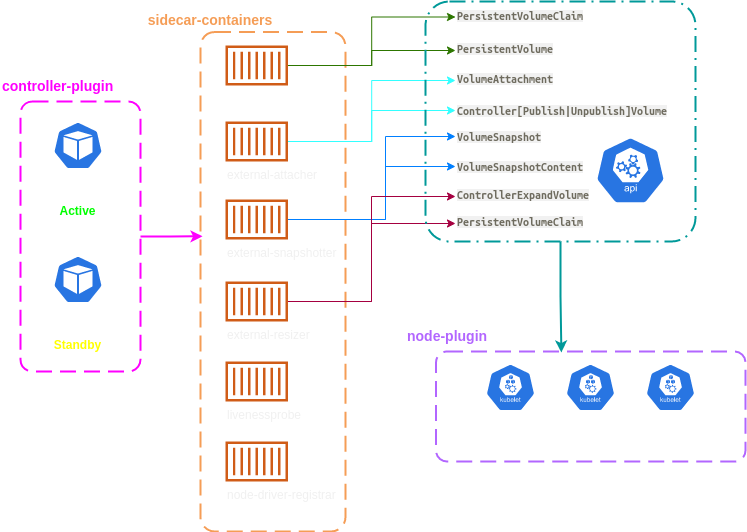
Before: efs-csi/img/csi-flow.png, a diagram exported from draw.io (vumdao/aws-eks-the-hard-way). Source tidied: cells renumbered, new cells last; positions are measured from the earlier drawing's top-left corner, leaving out a move shared by most shapes.
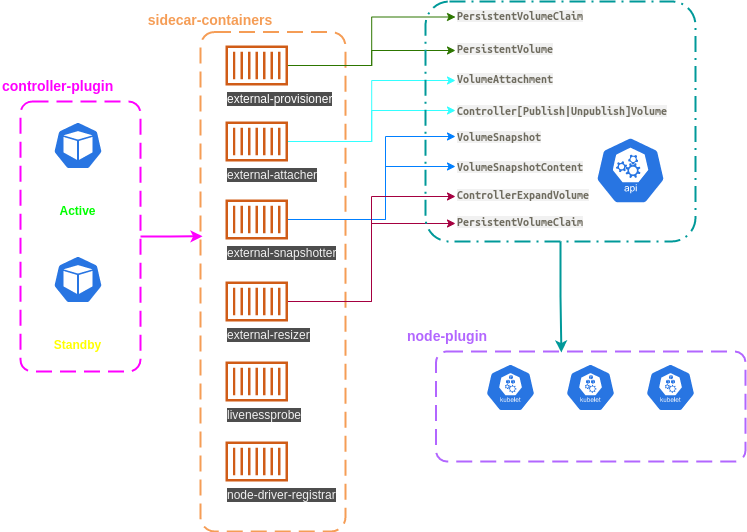
The same file after the commit.

Diff of the diagram source:
```diff
@@ -32,7 +32,7 @@
     <mxCell id="11" style="edgeStyle=orthogonalEdgeStyle;rounded=0;jettySize=auto;html=1;fontSize=12;fillColor=#60a917;strokeColor=#2D7600;" parent="1" edge="1" source="12" target="9">
       <mxGeometry relative="1" as="geometry" />
     </mxCell>
-    <mxCell id="12" value="&lt;font color=&quot;#ffffff&quot;&gt;external-provisioner&lt;/font&gt;" style="outlineConnect=0;fontColor=#232F3E;gradientColor=none;fillColor=#D05C17;strokeColor=none;dashed=0;verticalLabelPosition=bottom;verticalAlign=top;align=left;html=1;fontSize=12;fontStyle=0;shape=mxgraph.aws4.container_1;" parent="1" vertex="1">
+    <mxCell id="12" value="&lt;font color=&quot;#ffffff&quot;&gt;external-provisioner&lt;/font&gt;" style="outlineConnect=0;fontColor=#232F3E;gradientColor=none;fillColor=#D05C17;strokeColor=none;dashed=0;verticalLabelPosition=bottom;verticalAlign=top;align=left;html=1;fontSize=12;fontStyle=0;shape=mxgraph.aws4.container_1;labelBackgroundColor=#4D4D4D;" parent="1" vertex="1">
       <mxGeometry x="225" y="44" width="62.4" height="40" as="geometry" />
     </mxCell>
     <mxCell id="13" style="edgeStyle=orthogonalEdgeStyle;rounded=0;jettySize=auto;html=1;entryX=0;entryY=0.5;entryDx=0;entryDy=0;fontSize=12;fontColor=#FF3333;fillColor=#1ba1e2;strokeColor=#33FFFF;" parent="1" edge="1" source="15" target="16">
@@ -41,7 +41,7 @@
     <mxCell id="14" style="edgeStyle=orthogonalEdgeStyle;rounded=0;jettySize=auto;html=1;entryX=0;entryY=0.5;entryDx=0;entryDy=0;fontSize=12;fontColor=#FF3333;fillColor=#1ba1e2;strokeColor=#33FFFF;" parent="1" edge="1" source="15" target="17">
       <mxGeometry relative="1" as="geometry" />
     </mxCell>
-    <mxCell id="15" value="&lt;span style=&quot;color: rgb(240, 240, 240);&quot;&gt;external-attacher&lt;/span&gt;" style="outlineConnect=0;fontColor=#232F3E;gradientColor=none;fillColor=#D05C17;strokeColor=none;dashed=0;verticalLabelPosition=bottom;verticalAlign=top;align=left;html=1;fontSize=12;fontStyle=0;shape=mxgraph.aws4.container_1;" parent="1" vertex="1">
+    <mxCell id="15" value="&lt;span style=&quot;color: rgb(240, 240, 240);&quot;&gt;external-attacher&lt;/span&gt;" style="outlineConnect=0;fontColor=#232F3E;gradientColor=none;fillColor=#D05C17;strokeColor=none;dashed=0;verticalLabelPosition=bottom;verticalAlign=top;align=left;html=1;fontSize=12;fontStyle=0;shape=mxgraph.aws4.container_1;labelBackgroundColor=#4D4D4D;" parent="1" vertex="1">
       <mxGeometry x="225" y="120" width="62.4" height="40" as="geometry" />
     </mxCell>
     <mxCell id="16" value="&lt;meta charset=&quot;utf-8&quot; style=&quot;font-size: 12px;&quot;&gt;&lt;span style=&quot;color: rgb(110, 107, 94); font-family: &amp;quot;source code pro&amp;quot;, consolas, &amp;quot;ubuntu mono&amp;quot;, menlo, &amp;quot;dejavu sans mono&amp;quot;, monospace, monospace; font-size: 12px; font-style: normal; letter-spacing: normal; text-indent: 0px; text-transform: none; word-spacing: 0px; background-color: rgb(241, 241, 241); display: inline; float: none;&quot;&gt;VolumeAttachment&lt;/span&gt;" style="text;whiteSpace=wrap;html=1;fontSize=12;fontStyle=1;align=left;" parent="1" vertex="1">
@@ -66,7 +66,7 @@
         </Array>
       </mxGeometry>
     </mxCell>
-    <mxCell id="20" value="&lt;span style=&quot;color: rgb(240, 240, 240);&quot;&gt;external-snapshotter&lt;/span&gt;" style="outlineConnect=0;fontColor=#232F3E;gradientColor=none;fillColor=#D05C17;strokeColor=none;dashed=0;verticalLabelPosition=bottom;verticalAlign=top;align=left;html=1;fontSize=12;fontStyle=0;shape=mxgraph.aws4.container_1;" parent="1" vertex="1">
+    <mxCell id="20" value="&lt;span style=&quot;color: rgb(240, 240, 240);&quot;&gt;external-snapshotter&lt;/span&gt;" style="outlineConnect=0;fontColor=#232F3E;gradientColor=none;fillColor=#D05C17;strokeColor=none;dashed=0;verticalLabelPosition=bottom;verticalAlign=top;align=left;html=1;fontSize=12;fontStyle=0;shape=mxgraph.aws4.container_1;labelBackgroundColor=#4D4D4D;" parent="1" vertex="1">
       <mxGeometry x="225" y="198" width="62.4" height="40" as="geometry" />
     </mxCell>
     <mxCell id="21" value="&lt;span style=&quot;color: rgb(110 , 107 , 94) ; font-family: &amp;quot;source code pro&amp;quot; , &amp;quot;consolas&amp;quot; , &amp;quot;ubuntu mono&amp;quot; , &amp;quot;menlo&amp;quot; , &amp;quot;dejavu sans mono&amp;quot; , monospace , monospace ; font-style: normal ; letter-spacing: normal ; text-indent: 0px ; text-transform: none ; word-spacing: 0px ; background-color: rgb(241 , 241 , 241) ; display: inline ; float: none&quot;&gt;&lt;font style=&quot;font-size: 12px&quot;&gt;VolumeSnapshot&lt;/font&gt;&lt;/span&gt;" style="text;whiteSpace=wrap;html=1;fontSize=12;fontStyle=1;align=left;verticalAlign=middle;" parent="1" vertex="1">
@@ -124,16 +124,16 @@
     <mxCell id="35" style="rounded=1;arcSize=10;dashed=1;fillColor=none;gradientColor=none;dashPattern=8 4;strokeWidth=2;fontSize=12;fontColor=#FF3333;align=left;verticalAlign=middle;strokeColor=#B266FF;" parent="1" vertex="1">
       <mxGeometry x="435.5" y="350" width="309.5" height="110" as="geometry" />
     </mxCell>
-    <mxCell id="36" value="&lt;span style=&quot;color: rgb(240, 240, 240);&quot;&gt;external-resizer&lt;/span&gt;" style="outlineConnect=0;fontColor=#232F3E;gradientColor=none;fillColor=#D05C17;strokeColor=none;dashed=0;verticalLabelPosition=bottom;verticalAlign=top;align=left;html=1;fontSize=12;fontStyle=0;shape=mxgraph.aws4.container_1;" parent="1" vertex="1">
+    <mxCell id="36" value="&lt;span style=&quot;color: rgb(240, 240, 240);&quot;&gt;external-resizer&lt;/span&gt;" style="outlineConnect=0;fontColor=#232F3E;gradientColor=none;fillColor=#D05C17;strokeColor=none;dashed=0;verticalLabelPosition=bottom;verticalAlign=top;align=left;html=1;fontSize=12;fontStyle=0;shape=mxgraph.aws4.container_1;labelBackgroundColor=#4D4D4D;" parent="1" vertex="1">
       <mxGeometry x="225" y="280" width="62.4" height="40" as="geometry" />
     </mxCell>
-    <mxCell id="37" value="&lt;font color=&quot;#f0f0f0&quot;&gt;livenessprobe&lt;/font&gt;" style="fontColor=#232F3E;gradientColor=none;fillColor=#D05C17;strokeColor=none;dashed=0;verticalLabelPosition=bottom;verticalAlign=top;align=left;html=1;fontSize=12;fontStyle=0;shape=mxgraph.aws4.container_1;" parent="1" vertex="1">
+    <mxCell id="37" value="&lt;font color=&quot;#f0f0f0&quot;&gt;livenessprobe&lt;/font&gt;" style="fontColor=#232F3E;gradientColor=none;fillColor=#D05C17;strokeColor=none;dashed=0;verticalLabelPosition=bottom;verticalAlign=top;align=left;html=1;fontSize=12;fontStyle=0;shape=mxgraph.aws4.container_1;labelBackgroundColor=#4D4D4D;" parent="1" vertex="1">
       <mxGeometry x="225" y="360" width="62.4" height="40" as="geometry" />
     </mxCell>
-    <mxCell id="38" value="&lt;font color=&quot;#f0f0f0&quot;&gt;node-driver-registrar&lt;/font&gt;" style="fontColor=#232F3E;gradientColor=none;fillColor=#D05C17;strokeColor=none;dashed=0;verticalLabelPosition=bottom;verticalAlign=top;align=left;html=1;fontSize=12;fontStyle=0;shape=mxgraph.aws4.container_1;" parent="1" vertex="1">
+    <mxCell id="38" value="&lt;font color=&quot;#f0f0f0&quot;&gt;node-driver-registrar&lt;/font&gt;" style="fontColor=#232F3E;gradientColor=none;fillColor=#D05C17;strokeColor=none;dashed=0;verticalLabelPosition=bottom;verticalAlign=top;align=left;html=1;fontSize=12;fontStyle=0;shape=mxgraph.aws4.container_1;labelBackgroundColor=#4D4D4D;" parent="1" vertex="1">
       <mxGeometry x="225" y="440" width="62.4" height="40" as="geometry" />
     </mxCell>
-    <mxCell id="39" style="group;" parent="1" vertex="1">
+    <mxCell id="39" style="group;labelBackgroundColor=#4D4D4D;" parent="1" vertex="1">
       <mxGeometry x="465" y="362" width="90" height="76" as="geometry" />
     </mxCell>
     <mxCell id="40" style="html=1;dashed=0;whitespace=wrap;fillColor=#2875E2;strokeColor=#ffffff;shape=mxgraph.kubernetes.icon;prIcon=kubelet;fontSize=12;fontColor=#FF3333;align=left;verticalAlign=middle;" parent="39" vertex="1">
@@ -142,7 +142,7 @@
     <mxCell id="41" value="&lt;font style=&quot;font-size: 12px&quot;&gt;&lt;font color=&quot;#ffffff&quot;&gt;CSI Node&lt;br&gt;(DaemonSet)&lt;/font&gt;&lt;br&gt;&lt;/font&gt;" style="text;whiteSpace=wrap;html=1;fontStyle=1;align=center;fontSize=14;" parent="39" vertex="1">
       <mxGeometry y="46" width="90" height="30" as="geometry" />
     </mxCell>
-    <mxCell id="42" style="group;" parent="1" vertex="1">
+    <mxCell id="42" style="group;labelBackgroundColor=#4D4D4D;" parent="1" vertex="1">
       <mxGeometry x="545" y="362" width="90" height="76" as="geometry" />
     </mxCell>
     <mxCell id="43" style="html=1;dashed=0;whitespace=wrap;fillColor=#2875E2;strokeColor=#ffffff;shape=mxgraph.kubernetes.icon;prIcon=kubelet;fontSize=12;fontColor=#FF3333;align=left;verticalAlign=middle;" parent="42" vertex="1">
@@ -151,7 +151,7 @@
     <mxCell id="44" value="&lt;font style=&quot;font-size: 12px&quot;&gt;&lt;font color=&quot;#ffffff&quot;&gt;CSI Node&lt;br&gt;(DaemonSet)&lt;/font&gt;&lt;br&gt;&lt;/font&gt;" style="text;whiteSpace=wrap;html=1;fontStyle=1;align=center;fontSize=14;" parent="42" vertex="1">
       <mxGeometry y="46" width="90" height="30" as="geometry" />
     </mxCell>
-    <mxCell id="45" style="group;" parent="1" vertex="1">
+    <mxCell id="45" style="group;labelBackgroundColor=#4D4D4D;" parent="1" vertex="1">
       <mxGeometry x="625" y="362" width="90" height="76" as="geometry" />
     </mxCell>
     <mxCell id="46" style="html=1;dashed=0;whitespace=wrap;fillColor=#2875E2;strokeColor=#ffffff;shape=mxgraph.kubernetes.icon;prIcon=kubelet;fontSize=12;fontColor=#FF3333;align=left;verticalAlign=middle;" parent="45" vertex="1">
```
